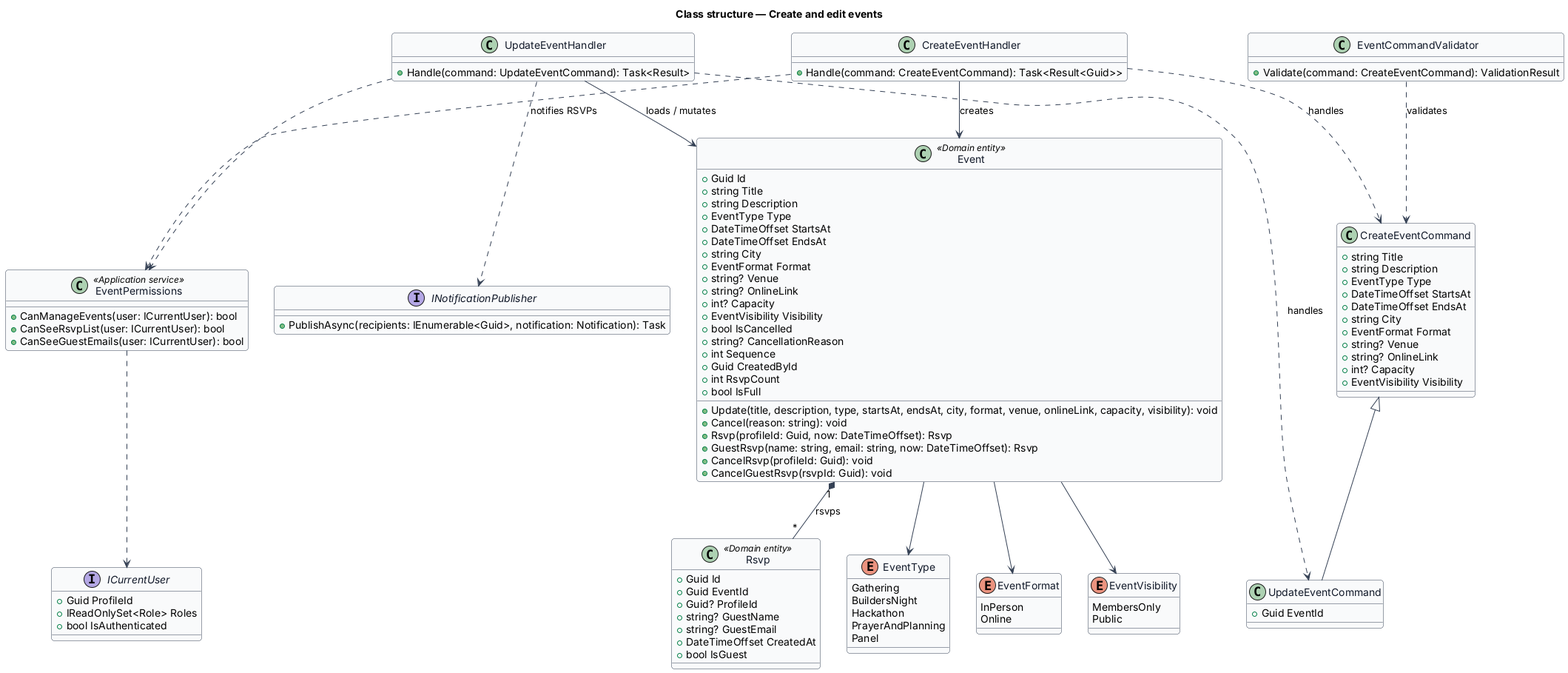
This is docs/detailed-designs/events/create-and-edit-events/diagrams/class-structure.png from QuinntyneBrown/faithtech-community, a PlantUML export, as it was before one commit. Its diagram source:
```plantuml
@startuml
skinparam backgroundColor #FFFFFF
skinparam shadowing false
skinparam roundcorner 8
skinparam defaultFontName Arial
skinparam ArrowColor #344054
skinparam class {
  BorderColor #344054
  FontColor #101828
  BackgroundColor #F9FAFB
}
title Class structure — Create and edit events

enum EventType {
  Gathering
  BuildersNight
  Hackathon
  PrayerAndPlanning
  Panel
}

enum EventFormat {
  InPerson
  Online
}

enum EventVisibility {
  MembersOnly
  Public
}

class Event <<Domain entity>> {
  +Guid Id
  +string Title
  +string Description
  +EventType Type
  +DateTimeOffset StartsAt
  +DateTimeOffset EndsAt
  +string City
  +EventFormat Format
  +string? Venue
  +string? OnlineLink
  +int? Capacity
  +EventVisibility Visibility
  +bool IsCancelled
  +string? CancellationReason
  +int Sequence
  +Guid CreatedById
  +int RsvpCount
  +bool IsFull
  +Update(title, description, type, startsAt, endsAt, city, format, venue, onlineLink, capacity, visibility): void
  +Cancel(reason: string): void
  +Rsvp(profileId: Guid, now: DateTimeOffset): Rsvp
  +GuestRsvp(name: string, email: string, now: DateTimeOffset): Rsvp
  +CancelRsvp(profileId: Guid): void
  +CancelGuestRsvp(rsvpId: Guid): void
}
Event --> EventType
Event --> EventFormat
Event --> EventVisibility

class Rsvp <<Domain entity>> {
  +Guid Id
  +Guid EventId
  +Guid? ProfileId
  +string? GuestName
  +string? GuestEmail
  +DateTimeOffset CreatedAt
  +bool IsGuest
}
Event "1" *-- "*" Rsvp : rsvps

class EventPermissions <<Application service>> {
  +CanManageEvents(user: ICurrentUser): bool
  +CanSeeRsvpList(user: ICurrentUser): bool
  +CanSeeGuestEmails(user: ICurrentUser): bool
}
interface ICurrentUser {
  +Guid ProfileId
  +IReadOnlySet<Role> Roles
  +bool IsAuthenticated
}
EventPermissions ..> ICurrentUser

class CreateEventCommand {
  +string Title
  +string Description
  +EventType Type
  +DateTimeOffset StartsAt
  +DateTimeOffset EndsAt
  +string City
  +EventFormat Format
  +string? Venue
  +string? OnlineLink
  +int? Capacity
  +EventVisibility Visibility
}
class UpdateEventCommand {
  +Guid EventId
}
CreateEventCommand <|-- UpdateEventCommand
class EventCommandValidator {
  +Validate(command: CreateEventCommand): ValidationResult
}
class CreateEventHandler {
  +Handle(command: CreateEventCommand): Task<Result<Guid>>
}
class UpdateEventHandler {
  +Handle(command: UpdateEventCommand): Task<Result>
}
interface INotificationPublisher {
  +PublishAsync(recipients: IEnumerable<Guid>, notification: Notification): Task
}
EventCommandValidator ..> CreateEventCommand : validates
CreateEventHandler ..> CreateEventCommand : handles
UpdateEventHandler ..> UpdateEventCommand : handles
CreateEventHandler ..> EventPermissions
UpdateEventHandler ..> EventPermissions
CreateEventHandler --> Event : creates
UpdateEventHandler --> Event : loads / mutates
UpdateEventHandler ..> INotificationPublisher : notifies RSVPs
@enduml
```
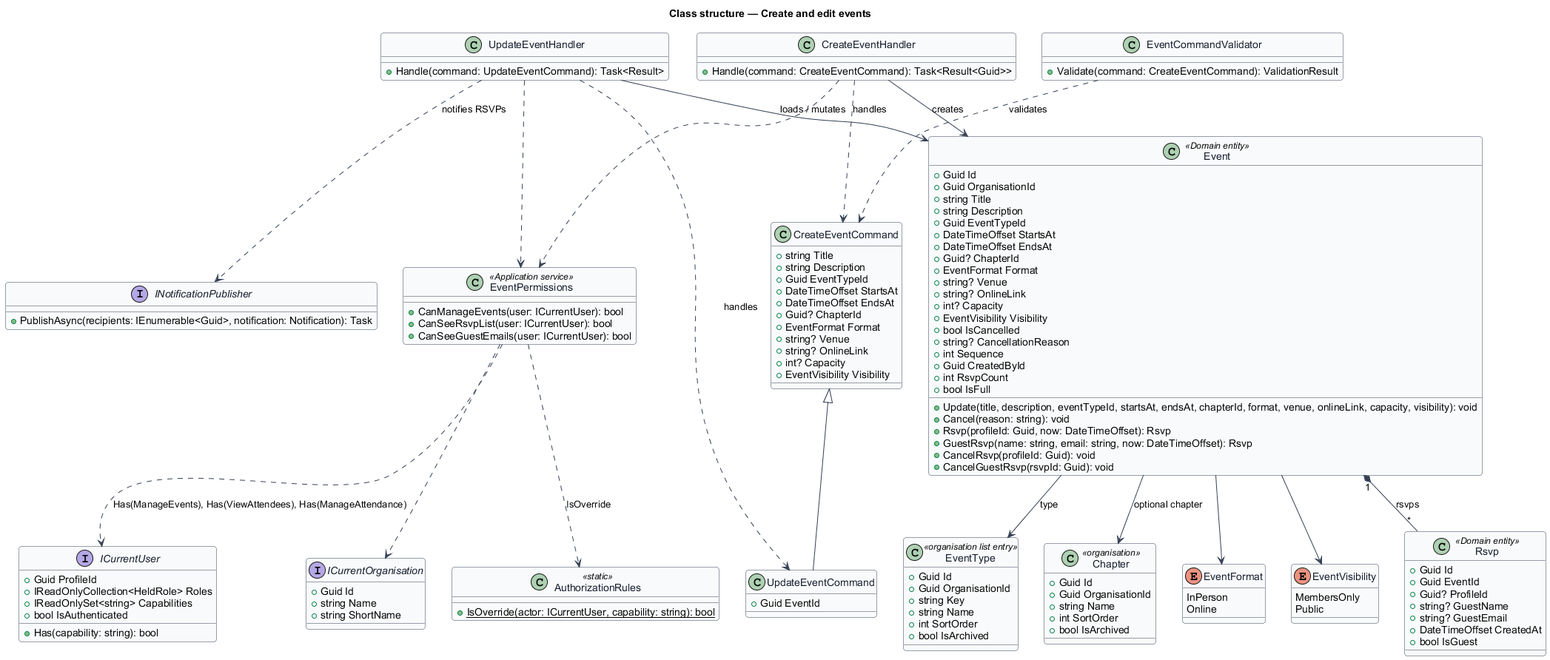
After the change.

Change to the diagram source:
```diff
@@ -11,12 +11,21 @@
 }
 title Class structure — Create and edit events
 
-enum EventType {
-  Gathering
-  BuildersNight
-  Hackathon
-  PrayerAndPlanning
-  Panel
+class EventType <<organisation list entry>> {
+  +Guid Id
+  +Guid OrganisationId
+  +string Key
+  +string Name
+  +int SortOrder
+  +bool IsArchived
+}
+
+class Chapter <<organisation>> {
+  +Guid Id
+  +Guid OrganisationId
+  +string Name
+  +int SortOrder
+  +bool IsArchived
 }
 
 enum EventFormat {
@@ -31,12 +40,13 @@
 
 class Event <<Domain entity>> {
   +Guid Id
+  +Guid OrganisationId
   +string Title
   +string Description
-  +EventType Type
+  +Guid EventTypeId
   +DateTimeOffset StartsAt
   +DateTimeOffset EndsAt
-  +string City
+  +Guid? ChapterId
   +EventFormat Format
   +string? Venue
   +string? OnlineLink
@@ -48,14 +58,15 @@
   +Guid CreatedById
   +int RsvpCount
   +bool IsFull
-  +Update(title, description, type, startsAt, endsAt, city, format, venue, onlineLink, capacity, visibility): void
+  +Update(title, description, eventTypeId, startsAt, endsAt, chapterId, format, venue, onlineLink, capacity, visibility): void
   +Cancel(reason: string): void
   +Rsvp(profileId: Guid, now: DateTimeOffset): Rsvp
   +GuestRsvp(name: string, email: string, now: DateTimeOffset): Rsvp
   +CancelRsvp(profileId: Guid): void
   +CancelGuestRsvp(rsvpId: Guid): void
 }
-Event --> EventType
+Event --> EventType : type
+Event --> Chapter : optional chapter
 Event --> EventFormat
 Event --> EventVisibility
 
@@ -77,18 +88,30 @@
 }
 interface ICurrentUser {
   +Guid ProfileId
-  +IReadOnlySet<Role> Roles
+  +IReadOnlyCollection<HeldRole> Roles
+  +IReadOnlySet<string> Capabilities
   +bool IsAuthenticated
+  +Has(capability: string): bool
 }
-EventPermissions ..> ICurrentUser
+interface ICurrentOrganisation {
+  +Guid Id
+  +string Name
+  +string ShortName
+}
+class AuthorizationRules <<static>> {
+  +{static} IsOverride(actor: ICurrentUser, capability: string): bool
+}
+EventPermissions ..> ICurrentUser : Has(ManageEvents), Has(ViewAttendees), Has(ManageAttendance)
+EventPermissions ..> AuthorizationRules : IsOverride
+EventPermissions ..> ICurrentOrganisation
 
 class CreateEventCommand {
   +string Title
   +string Description
-  +EventType Type
+  +Guid EventTypeId
   +DateTimeOffset StartsAt
   +DateTimeOffset EndsAt
-  +string City
+  +Guid? ChapterId
   +EventFormat Format
   +string? Venue
   +string? OnlineLink
```
